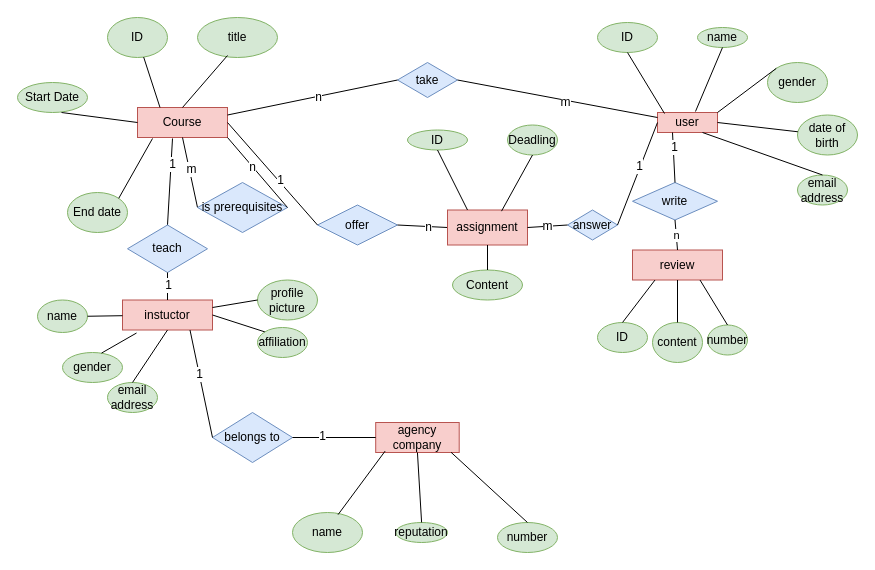
Earlier version of the draw.io diagram DBMS HW1-4.drawio (lukeyuan31/SoftwareEngineeringPics). Source tidied: cells renumbered, new cells numbered last; positions are measured from the earlier drawing's top-left corner, leaving out a move shared by most shapes. Both pictures are drawn from the tidied source at 100%, with x=0, y=0 at pixel (17, 17).
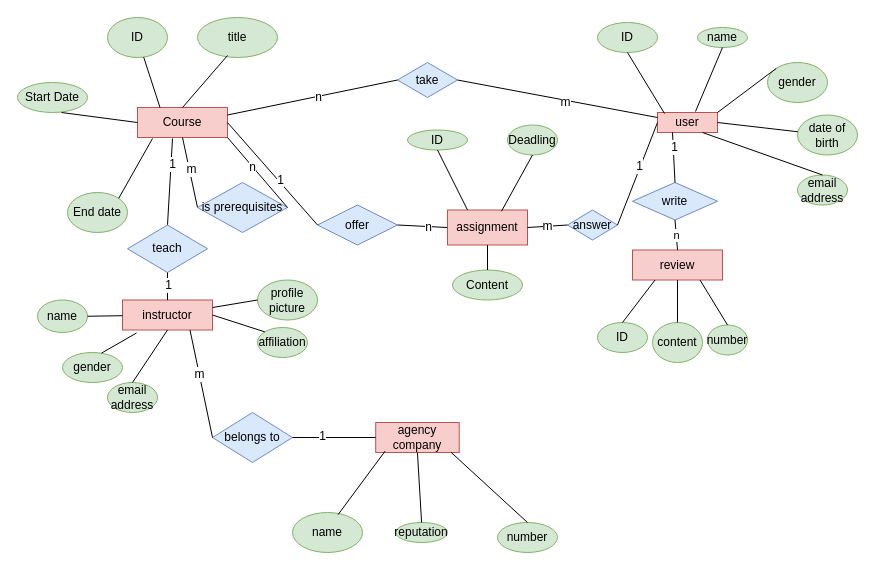
Above is the later version.

The change refers to these unchanged cells:
```xml
<mxCell id="55" style="endArrow=none;html=1;entryX=0.75;entryY=1;entryDx=0;entryDy=0;exitX=0;exitY=0.5;exitDx=0;exitDy=0;" parent="1" edge="1" source="54" target="39">
  <mxGeometry relative="1" as="geometry" />
</mxCell>
```

Change to the diagram source:
```diff
@@
-    <mxCell id="39" value="instuctor" style="rounded=0;whiteSpace=wrap;html=1;fillColor=#f8cecc;strokeColor=#b85450;" parent="1" vertex="1">
+    <mxCell id="39" value="instructor" style="rounded=0;whiteSpace=wrap;html=1;fillColor=#f8cecc;strokeColor=#b85450;" parent="1" vertex="1">
       <mxGeometry x="105" y="282.5" width="90" height="30" as="geometry" />
     </mxCell>
@@
-    <mxCell id="56" value="1" style="text;html=1;align=center;verticalAlign=middle;labelBackgroundColor=#ffffff;" parent="55" vertex="1">
+    <mxCell id="56" value="m" style="text;html=1;align=center;verticalAlign=middle;labelBackgroundColor=#ffffff;" parent="55" vertex="1">
       <mxGeometry x="0.19" relative="1" as="geometry" />
     </mxCell>
```
